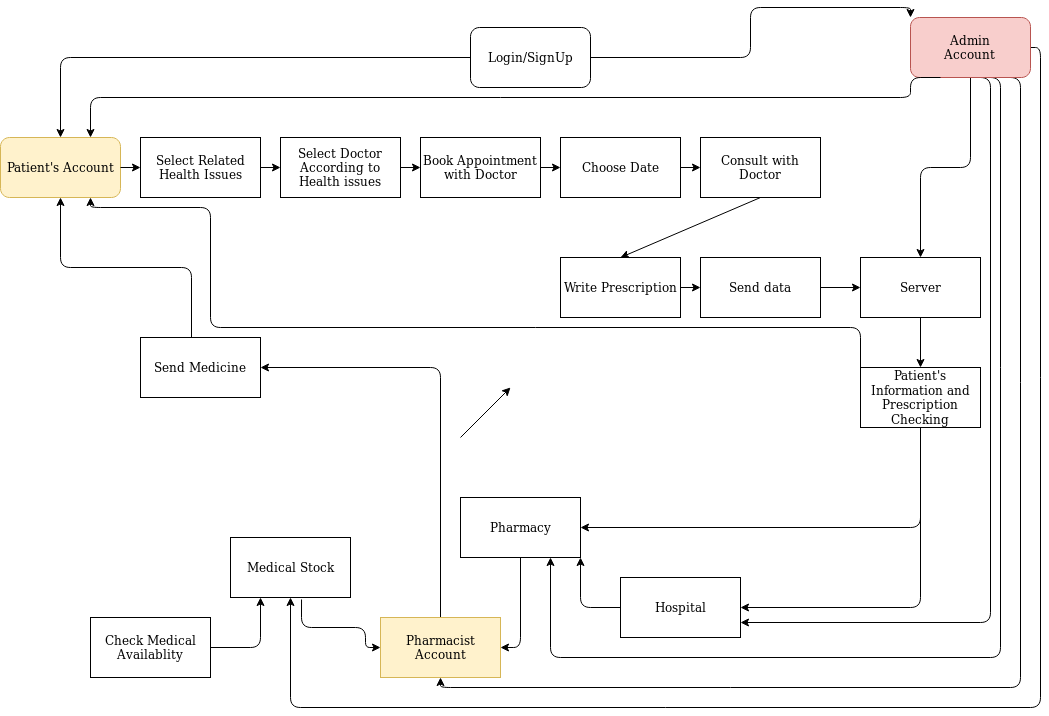
Before: Laboratory_database_Flow_diagram.png, a diagram exported from draw.io (sengardheeraj/first_). Source tidied: cells renumbered, new cells last; positions are measured from the earlier drawing's top-left corner, leaving out a move shared by most shapes.
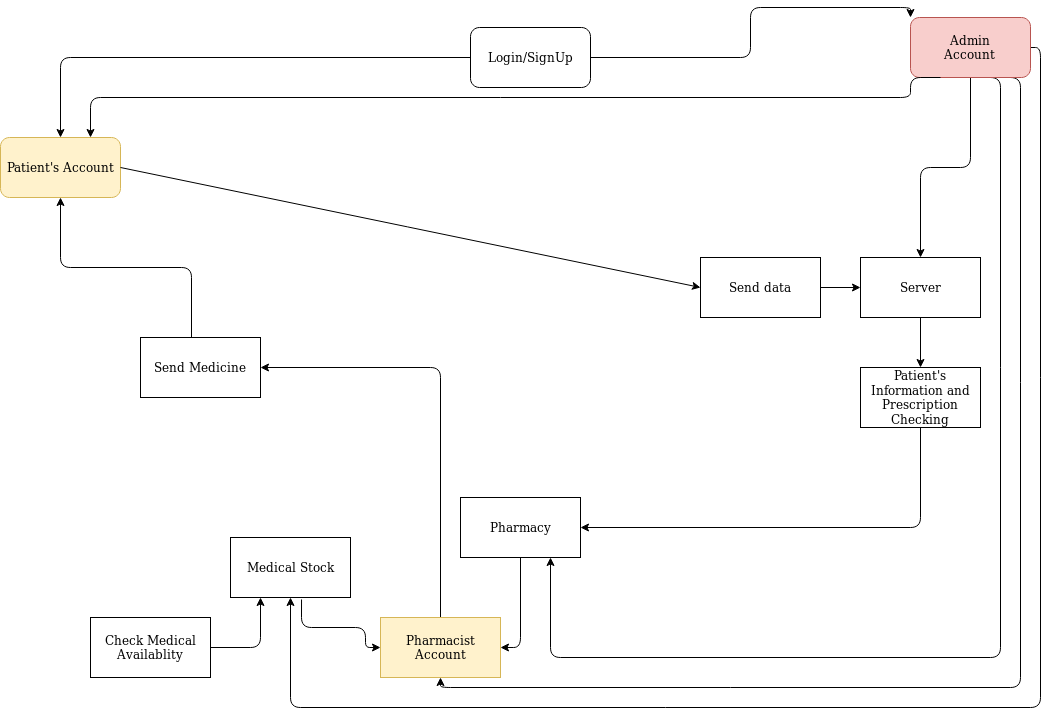
Later version of the same file.

The edit, as a diff of the source:
```diff
@@ -5,33 +5,9 @@
     <mxCell id="2" value="Login/SignUp" style="rounded=1;whiteSpace=wrap;html=1;" parent="1" vertex="1">
       <mxGeometry x="470" y="10" width="120" height="60" as="geometry" />
     </mxCell>
-    <mxCell id="3" value="Select Related Health Issues" style="rounded=0;whiteSpace=wrap;html=1;" parent="1" vertex="1">
-      <mxGeometry x="140" y="120" width="120" height="60" as="geometry" />
-    </mxCell>
     <mxCell id="4" value="Patient's Account " style="rounded=1;whiteSpace=wrap;html=1;fillColor=#fff2cc;strokeColor=#d6b656;" parent="1" vertex="1">
       <mxGeometry y="120" width="120" height="60" as="geometry" />
     </mxCell>
-    <mxCell id="5" value="Select Doctor According to Health issues" style="rounded=0;whiteSpace=wrap;html=1;" parent="1" vertex="1">
-      <mxGeometry x="280" y="120" width="120" height="60" as="geometry" />
-    </mxCell>
-    <mxCell id="6" value="Book Appointment with Doctor" style="rounded=0;whiteSpace=wrap;html=1;" parent="1" vertex="1">
-      <mxGeometry x="420" y="120" width="120" height="60" as="geometry" />
-    </mxCell>
-    <mxCell id="7" value="Choose Date" style="rounded=0;whiteSpace=wrap;html=1;" parent="1" vertex="1">
-      <mxGeometry x="560" y="120" width="120" height="60" as="geometry" />
-    </mxCell>
-    <mxCell id="8" value="Consult with Doctor" style="rounded=0;whiteSpace=wrap;html=1;" parent="1" vertex="1">
-      <mxGeometry x="700" y="120" width="120" height="60" as="geometry" />
-    </mxCell>
-    <mxCell id="9" value="Write Prescription" style="rounded=0;whiteSpace=wrap;html=1;" parent="1" vertex="1">
-      <mxGeometry x="560" y="240" width="120" height="60" as="geometry" />
-    </mxCell>
-    <mxCell id="10" style="endArrow=classic;html=1;exitX=1;exitY=0.5;exitDx=0;exitDy=0;entryX=0;entryY=0.5;entryDx=0;entryDy=0;" parent="1" edge="1" source="4" target="3">
-      <mxGeometry relative="1" as="geometry" />
-    </mxCell>
-    <mxCell id="11" style="endArrow=classic;html=1;exitX=1;exitY=0.5;exitDx=0;exitDy=0;entryX=0;entryY=0.5;entryDx=0;entryDy=0;" parent="1" edge="1" source="3" target="5">
-      <mxGeometry relative="1" as="geometry" />
-    </mxCell>
     <mxCell id="12" style="endArrow=classic;html=1;exitX=1;exitY=0.5;exitDx=0;exitDy=0;entryX=0.5;entryY=1;entryDx=0;entryDy=0;edgeStyle=orthogonalEdgeStyle;" parent="1" edge="1" source="39" target="38">
       <mxGeometry relative="1" as="geometry">
         <Array as="points">
@@ -59,20 +35,9 @@
         </Array>
       </mxGeometry>
     </mxCell>
-    <mxCell id="15" style="endArrow=classic;html=1;exitX=0.5;exitY=1;exitDx=0;exitDy=0;entryX=1;entryY=0.75;entryDx=0;entryDy=0;edgeStyle=orthogonalEdgeStyle;" parent="1" edge="1" source="39" target="35">
-      <mxGeometry relative="1" as="geometry">
-        <Array as="points">
-          <mxPoint x="990" y="60" />
-          <mxPoint x="990" y="605" />
-        </Array>
-      </mxGeometry>
-    </mxCell>
     <mxCell id="16" style="endArrow=classic;html=1;exitX=0.5;exitY=1;exitDx=0;exitDy=0;entryX=0.5;entryY=0;entryDx=0;entryDy=0;edgeStyle=orthogonalEdgeStyle;" parent="1" edge="1" source="39" target="33">
       <mxGeometry relative="1" as="geometry" />
     </mxCell>
-    <mxCell id="17" style="endArrow=classic;html=1;exitX=0;exitY=0.5;exitDx=0;exitDy=0;entryX=1;entryY=1;entryDx=0;entryDy=0;edgeStyle=orthogonalEdgeStyle;" parent="1" edge="1" source="35" target="36">
-      <mxGeometry relative="1" as="geometry" />
-    </mxCell>
     <mxCell id="18" style="endArrow=classic;html=1;exitX=0.425;exitY=0.017;exitDx=0;exitDy=0;exitPerimeter=0;entryX=0.5;entryY=1;entryDx=0;entryDy=0;edgeStyle=orthogonalEdgeStyle;" parent="1" edge="1" source="41" target="4">
       <mxGeometry relative="1" as="geometry" />
     </mxCell>
@@ -97,30 +62,15 @@
     <mxCell id="23" style="endArrow=classic;html=1;exitX=0.5;exitY=1;exitDx=0;exitDy=0;entryX=1;entryY=0.5;entryDx=0;entryDy=0;edgeStyle=orthogonalEdgeStyle;" parent="1" edge="1" source="34" target="36">
       <mxGeometry relative="1" as="geometry" />
     </mxCell>
-    <mxCell id="24" style="endArrow=classic;html=1;exitX=0.5;exitY=1;exitDx=0;exitDy=0;entryX=1;entryY=0.5;entryDx=0;entryDy=0;edgeStyle=orthogonalEdgeStyle;" parent="1" edge="1" source="34" target="35">
-      <mxGeometry relative="1" as="geometry" />
-    </mxCell>
     <mxCell id="25" style="endArrow=classic;html=1;exitX=0.5;exitY=1;exitDx=0;exitDy=0;entryX=0.5;entryY=0;entryDx=0;entryDy=0;" parent="1" edge="1" source="33" target="34">
       <mxGeometry relative="1" as="geometry" />
     </mxCell>
     <mxCell id="26" style="endArrow=classic;html=1;exitX=1;exitY=0.5;exitDx=0;exitDy=0;entryX=0;entryY=0.5;entryDx=0;entryDy=0;" parent="1" edge="1" source="32" target="33">
       <mxGeometry relative="1" as="geometry" />
     </mxCell>
-    <mxCell id="27" style="endArrow=classic;html=1;exitX=1;exitY=0.5;exitDx=0;exitDy=0;entryX=0;entryY=0.5;entryDx=0;entryDy=0;" parent="1" edge="1" source="9" target="32">
+    <mxCell id="27" style="endArrow=classic;html=1;exitX=1;exitY=0.5;exitDx=0;exitDy=0;entryX=0;entryY=0.5;entryDx=0;entryDy=0;" parent="1" edge="1" source="4" target="32">
       <mxGeometry relative="1" as="geometry" />
     </mxCell>
-    <mxCell id="28" style="endArrow=classic;html=1;exitX=0.5;exitY=1;exitDx=0;exitDy=0;entryX=0.5;entryY=0;entryDx=0;entryDy=0;" parent="1" edge="1" source="8" target="9">
-      <mxGeometry relative="1" as="geometry" />
-    </mxCell>
-    <mxCell id="29" style="endArrow=classic;html=1;exitX=1;exitY=0.5;exitDx=0;exitDy=0;entryX=0;entryY=0.5;entryDx=0;entryDy=0;" parent="1" edge="1" source="7" target="8">
-      <mxGeometry relative="1" as="geometry" />
-    </mxCell>
-    <mxCell id="30" style="endArrow=classic;html=1;exitX=1;exitY=0.5;exitDx=0;exitDy=0;entryX=0;entryY=0.5;entryDx=0;entryDy=0;" parent="1" edge="1" source="6" target="7">
-      <mxGeometry relative="1" as="geometry" />
-    </mxCell>
-    <mxCell id="31" style="endArrow=classic;html=1;exitX=1;exitY=0.5;exitDx=0;exitDy=0;entryX=0;entryY=0.5;entryDx=0;entryDy=0;" parent="1" edge="1" source="5" target="6">
-      <mxGeometry relative="1" as="geometry" />
-    </mxCell>
     <mxCell id="32" value="Send data " style="rounded=0;whiteSpace=wrap;html=1;" parent="1" vertex="1">
       <mxGeometry x="700" y="240" width="120" height="60" as="geometry" />
     </mxCell>
@@ -130,9 +80,6 @@
     <mxCell id="34" value="Patient's Information and Prescription Checking " style="rounded=0;whiteSpace=wrap;html=1;" parent="1" vertex="1">
       <mxGeometry x="860" y="350" width="120" height="60" as="geometry" />
     </mxCell>
-    <mxCell id="35" value="Hospital" style="rounded=0;whiteSpace=wrap;html=1;" parent="1" vertex="1">
-      <mxGeometry x="620" y="560" width="120" height="60" as="geometry" />
-    </mxCell>
     <mxCell id="36" value="Pharmacy" style="rounded=0;whiteSpace=wrap;html=1;" parent="1" vertex="1">
       <mxGeometry x="460" y="480" width="120" height="60" as="geometry" />
     </mxCell>
@@ -151,22 +98,6 @@
     <mxCell id="41" value="Send Medicine" style="rounded=0;whiteSpace=wrap;html=1;" parent="1" vertex="1">
       <mxGeometry x="140" y="320" width="120" height="60" as="geometry" />
     </mxCell>
-    <mxCell id="42" style="endArrow=classic;html=1;" parent="1" edge="1">
-      <mxGeometry relative="1" as="geometry">
-        <mxPoint x="460" y="420" as="sourcePoint" />
-        <mxPoint x="510" y="370" as="targetPoint" />
-      </mxGeometry>
-    </mxCell>
-    <mxCell id="43" style="endArrow=classic;html=1;exitX=0;exitY=0.5;exitDx=0;exitDy=0;entryX=0.75;entryY=1;entryDx=0;entryDy=0;edgeStyle=orthogonalEdgeStyle;" parent="1" edge="1" source="34" target="4">
-      <mxGeometry relative="1" as="geometry">
-        <Array as="points">
-          <mxPoint x="860" y="310" />
-          <mxPoint x="210" y="310" />
-          <mxPoint x="210" y="190" />
-          <mxPoint x="90" y="190" />
-        </Array>
-      </mxGeometry>
-    </mxCell>
     <mxCell id="44" style="endArrow=classic;html=1;exitX=0.25;exitY=1;exitDx=0;exitDy=0;entryX=0.75;entryY=0;entryDx=0;entryDy=0;edgeStyle=orthogonalEdgeStyle;" parent="1" edge="1" source="39" target="4">
       <mxGeometry relative="1" as="geometry">
         <Array as="points">
```
